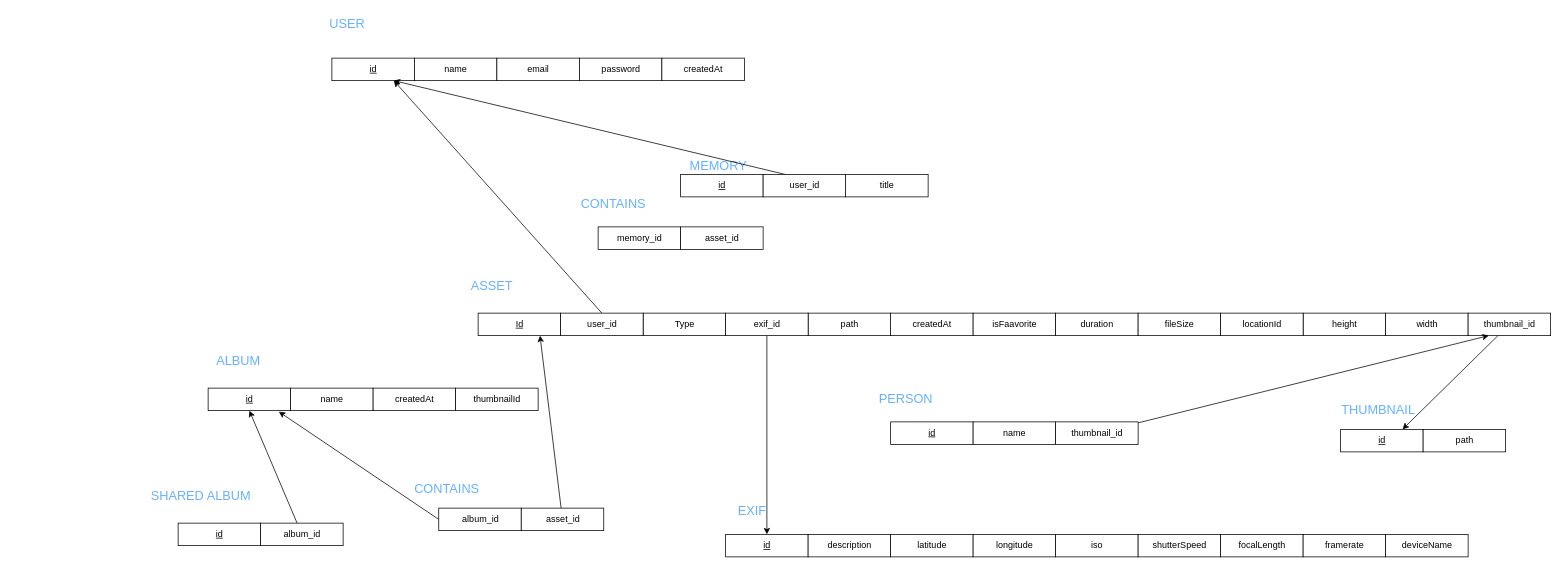
This is db2.drawio from toniker/db, a draw.io file, before an edit. Source tidied: cells renumbered, new cells numbered last; positions are measured from the earlier drawing's top-left corner, leaving out a move shared by most shapes. Both pictures are drawn from the tidied source at 75%, with x=0, y=0 at pixel (140, 13).
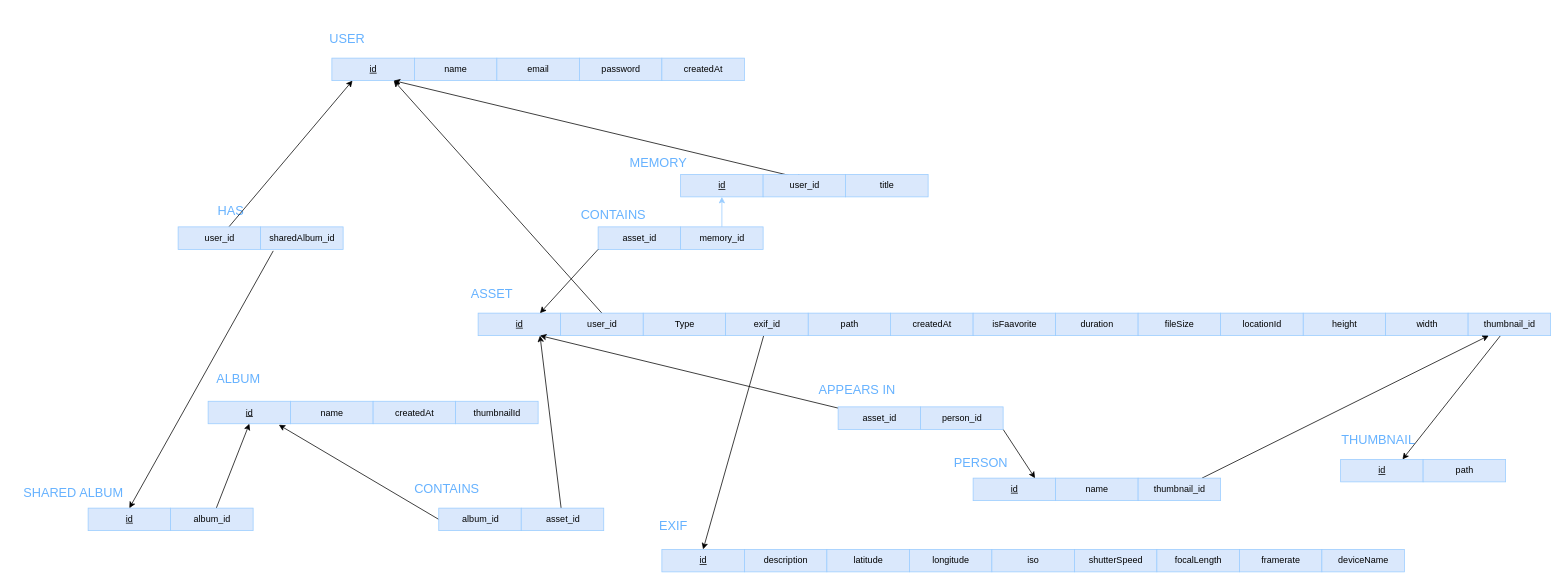
After the change.

Diff of the diagram source:
```diff
@@
-    <mxCell id="3" value="&lt;u&gt;Id&lt;/u&gt;" style="html=1;" parent="1" vertex="1">
+    <mxCell id="3" value="&lt;u&gt;id&lt;/u&gt;" style="html=1;fillColor=#dae8fc;strokeColor=#99CCFF;" parent="1" vertex="1">
       <mxGeometry x="450" y="400" width="110" height="30" as="geometry" />
     </mxCell>
-    <mxCell id="4" value="Type" style="html=1;" parent="1" vertex="1">
+    <mxCell id="4" value="Type" style="html=1;fillColor=#dae8fc;strokeColor=#99CCFF;" parent="1" vertex="1">
       <mxGeometry x="670" y="400" width="110" height="30" as="geometry" />
     </mxCell>
-    <mxCell id="5" value="createdAt" style="html=1;" parent="1" vertex="1">
+    <mxCell id="5" value="createdAt" style="html=1;fillColor=#dae8fc;strokeColor=#99CCFF;" parent="1" vertex="1">
       <mxGeometry x="1000" y="400" width="110" height="30" as="geometry" />
     </mxCell>
-    <mxCell id="6" value="path" style="html=1;" parent="1" vertex="1">
+    <mxCell id="6" value="path" style="html=1;fillColor=#dae8fc;strokeColor=#99CCFF;" parent="1" vertex="1">
       <mxGeometry x="890" y="400" width="110" height="30" as="geometry" />
     </mxCell>
-    <mxCell id="7" value="isFaavorite" style="html=1;" parent="1" vertex="1">
+    <mxCell id="7" value="isFaavorite" style="html=1;fillColor=#dae8fc;strokeColor=#99CCFF;" parent="1" vertex="1">
       <mxGeometry x="1110" y="400" width="110" height="30" as="geometry" />
     </mxCell>
-    <mxCell id="8" value="duration" style="html=1;" parent="1" vertex="1">
+    <mxCell id="8" value="duration" style="html=1;fillColor=#dae8fc;strokeColor=#99CCFF;" parent="1" vertex="1">
       <mxGeometry x="1220" y="400" width="110" height="30" as="geometry" />
     </mxCell>
-    <mxCell id="9" value="fileSize" style="html=1;" parent="1" vertex="1">
+    <mxCell id="9" value="fileSize" style="html=1;fillColor=#dae8fc;strokeColor=#99CCFF;" parent="1" vertex="1">
       <mxGeometry x="1330" y="400" width="110" height="30" as="geometry" />
     </mxCell>
-    <mxCell id="10" value="height" style="html=1;" parent="1" vertex="1">
+    <mxCell id="10" value="height" style="html=1;fillColor=#dae8fc;strokeColor=#99CCFF;" parent="1" vertex="1">
       <mxGeometry x="1550" y="400" width="110" height="30" as="geometry" />
     </mxCell>
-    <mxCell id="11" value="locationId" style="html=1;" parent="1" vertex="1">
+    <mxCell id="11" value="locationId" style="html=1;fillColor=#dae8fc;strokeColor=#99CCFF;" parent="1" vertex="1">
       <mxGeometry x="1440" y="400" width="110" height="30" as="geometry" />
     </mxCell>
     <mxCell id="12" value="&lt;font color=&quot;#66b2ff&quot; style=&quot;font-size: 17px;&quot;&gt;ASSET&lt;/font&gt;" style="text;html=1;align=center;verticalAlign=middle;strokeColor=none;fillColor=none;" parent="1" vertex="1">
-      <mxGeometry x="427.5" y="350" width="80" height="30" as="geometry" />
+      <mxGeometry x="427.5" y="360" width="80" height="30" as="geometry" />
     </mxCell>
-    <mxCell id="13" value="width" style="html=1;" parent="1" vertex="1">
+    <mxCell id="13" value="width" style="html=1;fillColor=#dae8fc;strokeColor=#99CCFF;" parent="1" vertex="1">
       <mxGeometry x="1660" y="400" width="110" height="30" as="geometry" />
     </mxCell>
-    <mxCell id="14" value="&lt;u&gt;id&lt;/u&gt;" style="html=1;" parent="1" vertex="1">
+    <mxCell id="14" value="&lt;u&gt;id&lt;/u&gt;" style="html=1;fillColor=#dae8fc;strokeColor=#99CCFF;" parent="1" vertex="1">
       <mxGeometry x="255" y="60" width="110" height="30" as="geometry" />
     </mxCell>
     <mxCell id="15" value="USER" style="text;html=1;align=center;verticalAlign=middle;strokeColor=none;fillColor=none;fontSize=17;fontColor=#66B2FF;" parent="1" vertex="1">
-      <mxGeometry x="240" width="70" height="30" as="geometry" />
+      <mxGeometry x="240" y="20" width="70" height="30" as="geometry" />
     </mxCell>
-    <mxCell id="16" value="name" style="html=1;" parent="1" vertex="1">
+    <mxCell id="16" value="name" style="html=1;fillColor=#dae8fc;strokeColor=#99CCFF;" parent="1" vertex="1">
       <mxGeometry x="365" y="60" width="110" height="30" as="geometry" />
     </mxCell>
-    <mxCell id="17" value="email" style="html=1;" parent="1" vertex="1">
+    <mxCell id="17" value="email" style="html=1;fillColor=#dae8fc;strokeColor=#99CCFF;" parent="1" vertex="1">
       <mxGeometry x="475" y="60" width="110" height="30" as="geometry" />
     </mxCell>
-    <mxCell id="18" value="password" style="html=1;" parent="1" vertex="1">
+    <mxCell id="18" value="password" style="html=1;fillColor=#dae8fc;strokeColor=#99CCFF;" parent="1" vertex="1">
       <mxGeometry x="585" y="60" width="110" height="30" as="geometry" />
     </mxCell>
-    <mxCell id="19" value="createdAt" style="html=1;" parent="1" vertex="1">
+    <mxCell id="19" value="createdAt" style="html=1;fillColor=#dae8fc;strokeColor=#99CCFF;" parent="1" vertex="1">
       <mxGeometry x="695" y="60" width="110" height="30" as="geometry" />
     </mxCell>
-    <mxCell id="20" value="&lt;u&gt;id&lt;/u&gt;" style="html=1;" parent="1" vertex="1">
+    <mxCell id="20" value="&lt;u&gt;id&lt;/u&gt;" style="html=1;fillColor=#dae8fc;strokeColor=#99CCFF;" parent="1" vertex="1">
       <mxGeometry x="720" y="215" width="110" height="30" as="geometry" />
     </mxCell>
-    <mxCell id="21" value="title" style="html=1;" parent="1" vertex="1">
+    <mxCell id="21" value="title" style="html=1;fillColor=#dae8fc;strokeColor=#99CCFF;" parent="1" vertex="1">
       <mxGeometry x="940" y="215" width="110" height="30" as="geometry" />
     </mxCell>
-    <mxCell id="22" value="&lt;u&gt;id&lt;/u&gt;" style="html=1;" parent="1" vertex="1">
-      <mxGeometry x="90" y="500" width="110" height="30" as="geometry" />
+    <mxCell id="22" value="&lt;u&gt;id&lt;/u&gt;" style="html=1;fillColor=#dae8fc;strokeColor=#99CCFF;" parent="1" vertex="1">
+      <mxGeometry x="90" y="517.5" width="110" height="30" as="geometry" />
     </mxCell>
     <mxCell id="23" value="MEMORY" style="text;html=1;align=center;verticalAlign=middle;strokeColor=none;fillColor=none;fontSize=17;fontColor=#66B2FF;" parent="1" vertex="1">
-      <mxGeometry x="720" y="190" width="100" height="30" as="geometry" />
+      <mxGeometry x="640" y="185" width="100" height="30" as="geometry" />
     </mxCell>
     <mxCell id="24" value="ALBUM" style="text;html=1;align=center;verticalAlign=middle;strokeColor=none;fillColor=none;fontSize=17;fontColor=#66B2FF;" parent="1" vertex="1">
-      <mxGeometry x="90" y="450" width="80" height="30" as="geometry" />
+      <mxGeometry x="90" y="472.5" width="80" height="30" as="geometry" />
     </mxCell>
-    <mxCell id="25" value="name" style="html=1;" parent="1" vertex="1">
-      <mxGeometry x="200" y="500" width="110" height="30" as="geometry" />
+    <mxCell id="25" value="name" style="html=1;fillColor=#dae8fc;strokeColor=#99CCFF;" parent="1" vertex="1">
+      <mxGeometry x="200" y="517.5" width="110" height="30" as="geometry" />
     </mxCell>
-    <mxCell id="26" value="createdAt" style="html=1;" parent="1" vertex="1">
-      <mxGeometry x="310" y="500" width="110" height="30" as="geometry" />
+    <mxCell id="26" value="createdAt" style="html=1;fillColor=#dae8fc;strokeColor=#99CCFF;" parent="1" vertex="1">
+      <mxGeometry x="310" y="517.5" width="110" height="30" as="geometry" />
     </mxCell>
-    <mxCell id="27" value="thumbnailId" style="html=1;" parent="1" vertex="1">
-      <mxGeometry x="420" y="500" width="110" height="30" as="geometry" />
+    <mxCell id="27" value="thumbnailId" style="html=1;fillColor=#dae8fc;strokeColor=#99CCFF;" parent="1" vertex="1">
+      <mxGeometry x="420" y="517.5" width="110" height="30" as="geometry" />
     </mxCell>
-    <mxCell id="28" value="&lt;u&gt;id&lt;/u&gt;" style="html=1;" parent="1" vertex="1">
-      <mxGeometry x="50" y="680" width="110" height="30" as="geometry" />
+    <mxCell id="28" value="&lt;u&gt;id&lt;/u&gt;" style="html=1;fillColor=#dae8fc;strokeColor=#99CCFF;" parent="1" vertex="1">
+      <mxGeometry x="-70" y="660" width="110" height="30" as="geometry" />
     </mxCell>
     <mxCell id="29" value="SHARED ALBUM" style="text;html=1;align=center;verticalAlign=middle;strokeColor=none;fillColor=none;fontSize=17;fontColor=#66B2FF;" parent="1" vertex="1">
-      <mxGeometry y="630" width="160" height="30" as="geometry" />
+      <mxGeometry x="-170" y="625" width="160" height="30" as="geometry" />
     </mxCell>
-    <mxCell id="30" value="&lt;u&gt;id&lt;/u&gt;" style="html=1;" parent="1" vertex="1">
-      <mxGeometry x="1600" y="555" width="110" height="30" as="geometry" />
+    <mxCell id="30" value="&lt;u&gt;id&lt;/u&gt;" style="html=1;fillColor=#dae8fc;strokeColor=#99CCFF;" parent="1" vertex="1">
+      <mxGeometry x="1600" y="595" width="110" height="30" as="geometry" />
     </mxCell>
     <mxCell id="31" value="THUMBNAIL" style="text;html=1;align=center;verticalAlign=middle;strokeColor=none;fillColor=none;fontSize=17;fontColor=#66B2FF;" parent="1" vertex="1">
-      <mxGeometry x="1590" y="515" width="120" height="30" as="geometry" />
+      <mxGeometry x="1590" y="555" width="120" height="30" as="geometry" />
     </mxCell>
-    <mxCell id="32" value="path" style="html=1;" parent="1" vertex="1">
-      <mxGeometry x="1710" y="555" width="110" height="30" as="geometry" />
+    <mxCell id="32" value="path" style="html=1;fillColor=#dae8fc;strokeColor=#99CCFF;" parent="1" vertex="1">
+      <mxGeometry x="1710" y="595" width="110" height="30" as="geometry" />
     </mxCell>
     <mxCell id="33" value="EXIF" style="text;html=1;align=center;verticalAlign=middle;strokeColor=none;fillColor=none;fontSize=17;fontColor=#66B2FF;" parent="1" vertex="1">
-      <mxGeometry x="785" y="650" width="60" height="30" as="geometry" />
+      <mxGeometry x="680" y="670" width="60" height="30" as="geometry" />
     </mxCell>
-    <mxCell id="34" value="&lt;u&gt;id&lt;/u&gt;" style="html=1;" parent="1" vertex="1">
-      <mxGeometry x="780" y="695" width="110" height="30" as="geometry" />
+    <mxCell id="34" value="&lt;u&gt;id&lt;/u&gt;" style="html=1;fillColor=#dae8fc;strokeColor=#99CCFF;" parent="1" vertex="1">
+      <mxGeometry x="695" y="715" width="110" height="30" as="geometry" />
     </mxCell>
-    <mxCell id="35" value="description" style="html=1;" parent="1" vertex="1">
-      <mxGeometry x="890" y="695" width="110" height="30" as="geometry" />
+    <mxCell id="35" value="description" style="html=1;fillColor=#dae8fc;strokeColor=#99CCFF;" parent="1" vertex="1">
+      <mxGeometry x="805" y="715" width="110" height="30" as="geometry" />
     </mxCell>
-    <mxCell id="36" value="latitude" style="html=1;" parent="1" vertex="1">
-      <mxGeometry x="1000" y="695" width="110" height="30" as="geometry" />
+    <mxCell id="36" value="latitude" style="html=1;fillColor=#dae8fc;strokeColor=#99CCFF;" parent="1" vertex="1">
+      <mxGeometry x="915" y="715" width="110" height="30" as="geometry" />
     </mxCell>
-    <mxCell id="37" value="longitude" style="html=1;" parent="1" vertex="1">
-      <mxGeometry x="1110" y="695" width="110" height="30" as="geometry" />
+    <mxCell id="37" value="longitude" style="html=1;fillColor=#dae8fc;strokeColor=#99CCFF;" parent="1" vertex="1">
+      <mxGeometry x="1025" y="715" width="110" height="30" as="geometry" />
     </mxCell>
-    <mxCell id="38" value="iso" style="html=1;" parent="1" vertex="1">
-      <mxGeometry x="1220" y="695" width="110" height="30" as="geometry" />
+    <mxCell id="38" value="iso" style="html=1;fillColor=#dae8fc;strokeColor=#99CCFF;" parent="1" vertex="1">
+      <mxGeometry x="1135" y="715" width="110" height="30" as="geometry" />
     </mxCell>
-    <mxCell id="39" value="shutterSpeed" style="html=1;" parent="1" vertex="1">
-      <mxGeometry x="1330" y="695" width="110" height="30" as="geometry" />
+    <mxCell id="39" value="shutterSpeed" style="html=1;fillColor=#dae8fc;strokeColor=#99CCFF;" parent="1" vertex="1">
+      <mxGeometry x="1245" y="715" width="110" height="30" as="geometry" />
     </mxCell>
-    <mxCell id="40" value="focalLength" style="html=1;" parent="1" vertex="1">
-      <mxGeometry x="1440" y="695" width="110" height="30" as="geometry" />
+    <mxCell id="40" value="focalLength" style="html=1;fillColor=#dae8fc;strokeColor=#99CCFF;" parent="1" vertex="1">
+      <mxGeometry x="1355" y="715" width="110" height="30" as="geometry" />
     </mxCell>
-    <mxCell id="41" value="framerate" style="html=1;" parent="1" vertex="1">
-      <mxGeometry x="1550" y="695" width="110" height="30" as="geometry" />
+    <mxCell id="41" value="framerate" style="html=1;fillColor=#dae8fc;strokeColor=#99CCFF;" parent="1" vertex="1">
+      <mxGeometry x="1465" y="715" width="110" height="30" as="geometry" />
     </mxCell>
-    <mxCell id="42" value="deviceName" style="html=1;" parent="1" vertex="1">
-      <mxGeometry x="1660" y="695" width="110" height="30" as="geometry" />
+    <mxCell id="42" value="deviceName" style="html=1;fillColor=#dae8fc;strokeColor=#99CCFF;" parent="1" vertex="1">
+      <mxGeometry x="1575" y="715" width="110" height="30" as="geometry" />
     </mxCell>
-    <mxCell id="43" value="user_id" style="html=1;" parent="1" vertex="1">
+    <mxCell id="43" value="user_id" style="html=1;fillColor=#dae8fc;strokeColor=#99CCFF;" parent="1" vertex="1">
       <mxGeometry x="560" y="400" width="110" height="30" as="geometry" />
     </mxCell>
@@
-    <mxCell id="45" value="thumbnail_id" style="html=1;" parent="1" vertex="1">
+    <mxCell id="45" value="thumbnail_id" style="html=1;fillColor=#dae8fc;strokeColor=#99CCFF;" parent="1" vertex="1">
       <mxGeometry x="1770" y="400" width="110" height="30" as="geometry" />
     </mxCell>
@@
-    <mxCell id="47" value="exif_id" style="html=1;" parent="1" vertex="1">
+    <mxCell id="47" value="exif_id" style="html=1;fillColor=#dae8fc;strokeColor=#99CCFF;" parent="1" vertex="1">
       <mxGeometry x="780" y="400" width="110" height="30" as="geometry" />
     </mxCell>
@@
-    <mxCell id="49" value="user_id" style="html=1;" parent="1" vertex="1">
+    <mxCell id="49" value="user_id" style="html=1;fillColor=#dae8fc;strokeColor=#99CCFF;" parent="1" vertex="1">
       <mxGeometry x="830" y="215" width="110" height="30" as="geometry" />
     </mxCell>
-    <mxCell id="50" value="&lt;u&gt;id&lt;/u&gt;" style="html=1;" parent="1" vertex="1">
-      <mxGeometry x="1000" y="545" width="110" height="30" as="geometry" />
+    <mxCell id="50" value="&lt;u&gt;id&lt;/u&gt;" style="html=1;fillColor=#dae8fc;strokeColor=#99CCFF;" parent="1" vertex="1">
+      <mxGeometry x="1110" y="620" width="110" height="30" as="geometry" />
     </mxCell>
-    <mxCell id="51" value="name" style="html=1;" parent="1" vertex="1">
-      <mxGeometry x="1110" y="545" width="110" height="30" as="geometry" />
+    <mxCell id="51" value="name" style="html=1;fillColor=#dae8fc;strokeColor=#99CCFF;" parent="1" vertex="1">
+      <mxGeometry x="1220" y="620" width="110" height="30" as="geometry" />
     </mxCell>
@@
-    <mxCell id="53" value="thumbnail_id" style="html=1;" parent="1" vertex="1">
-      <mxGeometry x="1220" y="545" width="110" height="30" as="geometry" />
+    <mxCell id="53" value="thumbnail_id" style="html=1;fillColor=#dae8fc;strokeColor=#99CCFF;" parent="1" vertex="1">
+      <mxGeometry x="1330" y="620" width="110" height="30" as="geometry" />
     </mxCell>
     <mxCell id="54" value="PERSON" style="text;html=1;align=center;verticalAlign=middle;strokeColor=none;fillColor=none;fontSize=17;fontColor=#66B2FF;" parent="1" vertex="1">
-      <mxGeometry x="970" y="500" width="100" height="30" as="geometry" />
+      <mxGeometry x="1070" y="585" width="100" height="30" as="geometry" />
     </mxCell>
@@
-    <mxCell id="56" value="album_id" style="html=1;" parent="1" vertex="1">
-      <mxGeometry x="160" y="680" width="110" height="30" as="geometry" />
+    <mxCell id="56" value="album_id" style="html=1;fillColor=#dae8fc;strokeColor=#99CCFF;" parent="1" vertex="1">
+      <mxGeometry x="40" y="660" width="110" height="30" as="geometry" />
     </mxCell>
@@
-    <mxCell id="59" value="album_id" style="html=1;" parent="1" vertex="1">
+    <mxCell id="59" value="album_id" style="html=1;fillColor=#dae8fc;strokeColor=#99CCFF;" parent="1" vertex="1">
       <mxGeometry x="397.5" y="660" width="110" height="30" as="geometry" />
     </mxCell>
@@
-    <mxCell id="61" value="asset_id" style="html=1;" parent="1" vertex="1">
+    <mxCell id="61" value="asset_id" style="html=1;fillColor=#dae8fc;strokeColor=#99CCFF;" parent="1" vertex="1">
       <mxGeometry x="507.5" y="660" width="110" height="30" as="geometry" />
     </mxCell>
     <mxCell id="62" value="CONTAINS" style="text;html=1;align=center;verticalAlign=middle;strokeColor=none;fillColor=none;fontSize=17;fontColor=#66B2FF;" parent="1" vertex="1">
-      <mxGeometry x="575" y="240" width="110" height="30" as="geometry" />
+      <mxGeometry x="575" y="255" width="110" height="30" as="geometry" />
     </mxCell>
+    <mxCell id="65" style="edgeStyle=none;rounded=0;jettySize=auto;html=1;entryX=0.5;entryY=1;entryDx=0;entryDy=0;fontSize=17;fontColor=#66B2FF;exitX=0.5;exitY=0;exitDx=0;exitDy=0;fillColor=#dae8fc;strokeColor=#99CCFF;" parent="1" edge="1" source="64" target="20">
+      <mxGeometry relative="1" as="geometry" />
+    </mxCell>
-    <mxCell id="63" value="memory_id" style="html=1;" parent="1" vertex="1">
+    <mxCell id="63" value="asset_id" style="html=1;fillColor=#dae8fc;strokeColor=#99CCFF;" parent="1" vertex="1">
       <mxGeometry x="610" y="285" width="110" height="30" as="geometry" />
     </mxCell>
+    <mxCell id="66" style="edgeStyle=none;rounded=0;jettySize=auto;html=1;entryX=0.75;entryY=0;entryDx=0;entryDy=0;fontSize=17;fontColor=#66B2FF;exitX=0;exitY=1;exitDx=0;exitDy=0;" parent="1" edge="1" source="63" target="3">
+      <mxGeometry relative="1" as="geometry" />
+    </mxCell>
-    <mxCell id="64" value="asset_id" style="html=1;" parent="1" vertex="1">
+    <mxCell id="64" value="memory_id" style="html=1;fillColor=#dae8fc;strokeColor=#99CCFF;" parent="1" vertex="1">
       <mxGeometry x="720" y="285" width="110" height="30" as="geometry" />
     </mxCell>
+    <mxCell id="67" style="edgeStyle=none;rounded=0;jettySize=auto;html=1;entryX=0.75;entryY=1;entryDx=0;entryDy=0;fontSize=17;fontColor=#66B2FF;" parent="1" edge="1" source="68" target="3">
+      <mxGeometry relative="1" as="geometry" />
+    </mxCell>
+    <mxCell id="68" value="asset_id" style="html=1;fillColor=#dae8fc;strokeColor=#99CCFF;" parent="1" vertex="1">
+      <mxGeometry x="930" y="525" width="110" height="30" as="geometry" />
+    </mxCell>
+    <mxCell id="69" style="edgeStyle=none;rounded=0;jettySize=auto;html=1;entryX=0.75;entryY=0;entryDx=0;entryDy=0;fontSize=17;fontColor=#66B2FF;exitX=1;exitY=1;exitDx=0;exitDy=0;" parent="1" edge="1" source="70" target="50">
+      <mxGeometry relative="1" as="geometry" />
+    </mxCell>
+    <mxCell id="70" value="person_id" style="html=1;fillColor=#dae8fc;strokeColor=#99CCFF;" parent="1" vertex="1">
+      <mxGeometry x="1040" y="525" width="110" height="30" as="geometry" />
+    </mxCell>
+    <mxCell id="71" value="APPEARS IN" style="text;html=1;align=center;verticalAlign=middle;strokeColor=none;fillColor=none;fontSize=17;fontColor=#66B2FF;" parent="1" vertex="1">
+      <mxGeometry x="890" y="487.5" width="130" height="30" as="geometry" />
+    </mxCell>
+    <mxCell id="72" value="HAS" style="text;html=1;align=center;verticalAlign=middle;strokeColor=none;fillColor=none;fontSize=17;fontColor=#66B2FF;" parent="1" vertex="1">
+      <mxGeometry x="90" y="250" width="60" height="30" as="geometry" />
+    </mxCell>
+    <mxCell id="73" style="edgeStyle=none;rounded=0;jettySize=auto;html=1;entryX=0.25;entryY=1;entryDx=0;entryDy=0;fontSize=17;fontColor=#66B2FF;" parent="1" edge="1" source="74" target="14">
+      <mxGeometry relative="1" as="geometry" />
+    </mxCell>
+    <mxCell id="74" value="user_id" style="html=1;fillColor=#dae8fc;strokeColor=#99CCFF;" parent="1" vertex="1">
+      <mxGeometry x="50" y="285" width="110" height="30" as="geometry" />
+    </mxCell>
+    <mxCell id="75" style="edgeStyle=none;rounded=0;jettySize=auto;html=1;entryX=0.5;entryY=0;entryDx=0;entryDy=0;fontSize=17;fontColor=#66B2FF;exitX=0.153;exitY=1.067;exitDx=0;exitDy=0;exitPerimeter=0;" parent="1" edge="1" source="76" target="28">
+      <mxGeometry relative="1" as="geometry" />
+    </mxCell>
+    <mxCell id="76" value="sharedAlbum_id" style="html=1;fillColor=#dae8fc;strokeColor=#99CCFF;" parent="1" vertex="1">
+      <mxGeometry x="160" y="285" width="110" height="30" as="geometry" />
+    </mxCell>
```
